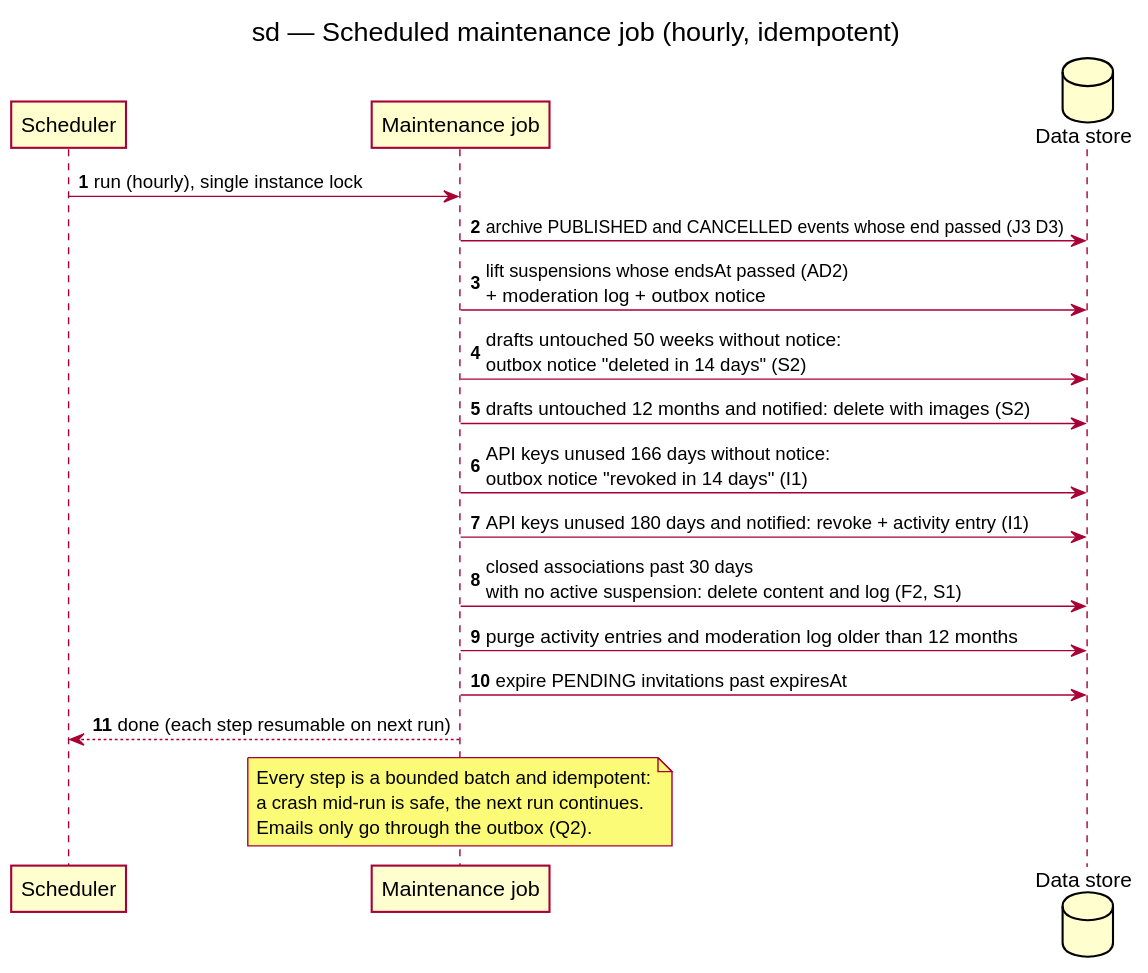
This is docs/architecture/diagrams/v1-events/02d-sequence-scheduled-job.svg from benoit-bremaud/HappiHub, a PlantUML export, as it was before one commit. The source it was exported from:
```plantuml
@startuml
title sd — Scheduled maintenance job (hourly, idempotent)
skinparam shadowing false
autonumber
participant "Scheduler" as S
participant "Maintenance job" as J
database "Data store" as D

S -> J : run (hourly), single instance lock
J -> D : archive PUBLISHED and CANCELLED events whose end passed (J3 D3)
J -> D : lift suspensions whose endsAt passed (AD2)\n+ moderation log + outbox notice
J -> D : drafts untouched 50 weeks without notice:\noutbox notice "deleted in 14 days" (S2)
J -> D : drafts untouched 12 months and notified: delete with images (S2)
J -> D : API keys unused 166 days without notice:\noutbox notice "revoked in 14 days" (I1)
J -> D : API keys unused 180 days and notified: revoke + activity entry (I1)
J -> D : closed associations past 30 days\nwith no active suspension: delete content and log (F2, S1)
J -> D : purge activity entries and moderation log older than 12 months
J -> D : expire PENDING invitations past expiresAt
J --> S : done (each step resumable on next run)
note over J
  Every step is a bounded batch and idempotent:
  a crash mid-run is safe, the next run continues.
  Emails only go through the outbox (Q2).
end note
@enduml
```
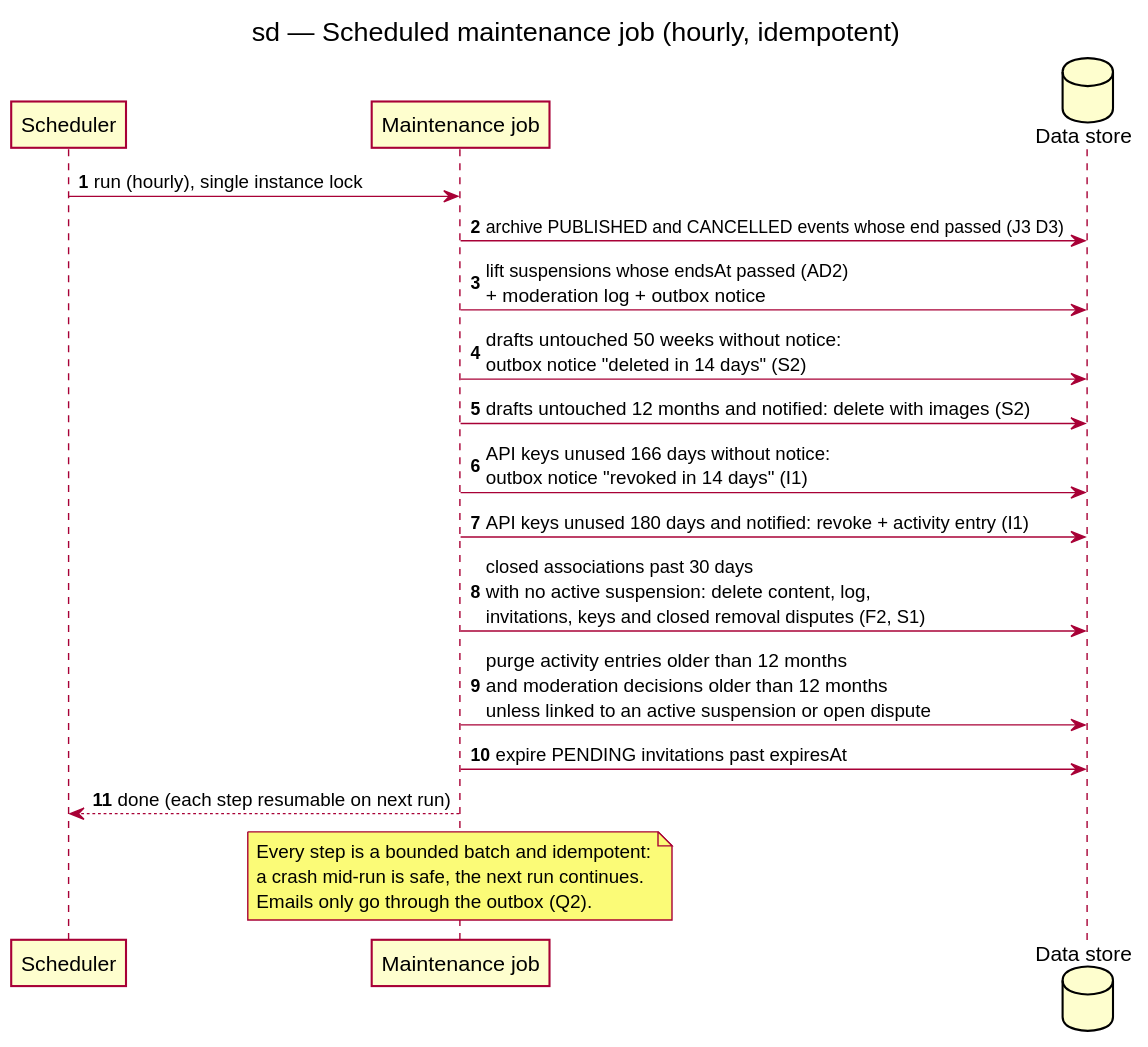
The same file after the commit.

What changed in the source:
```diff
@@ -13,8 +13,8 @@
 J -> D : drafts untouched 12 months and notified: delete with images (S2)
 J -> D : API keys unused 166 days without notice:\noutbox notice "revoked in 14 days" (I1)
 J -> D : API keys unused 180 days and notified: revoke + activity entry (I1)
-J -> D : closed associations past 30 days\nwith no active suspension: delete content and log (F2, S1)
-J -> D : purge activity entries and moderation log older than 12 months
+J -> D : closed associations past 30 days\nwith no active suspension: delete content, log,\ninvitations, keys and closed removal disputes (F2, S1)
+J -> D : purge activity entries older than 12 months\nand moderation decisions older than 12 months\nunless linked to an active suspension or open dispute
 J -> D : expire PENDING invitations past expiresAt
 J --> S : done (each step resumable on next run)
 note over J
```
